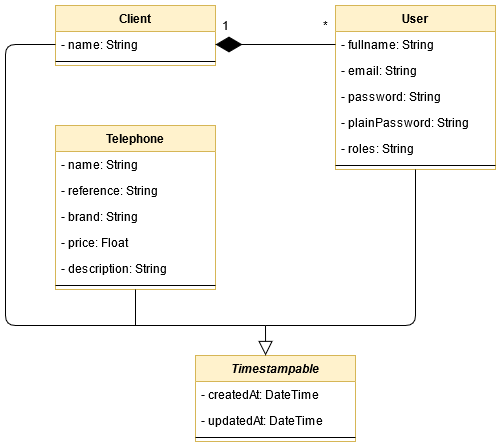
Eredost/BileMo keeps this draw.io diagram as diagrams/Class.png. Above is the earlier version. Source tidied: cells renumbered, new cells last; positions are measured from the earlier drawing's top-left corner, leaving out a move shared by most shapes.
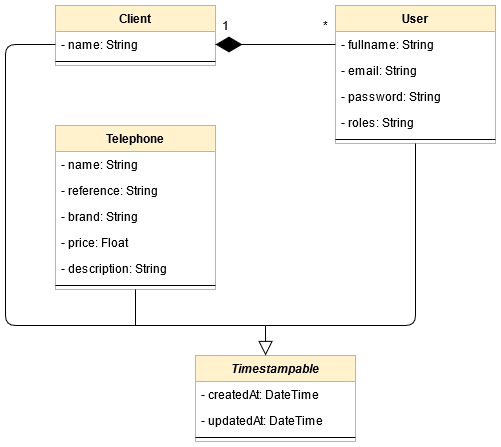
After the change.

Diff of the diagram source:
```diff
@@ -12,7 +12,7 @@
       <mxGeometry y="52" width="160" height="8" as="geometry" />
     </mxCell>
     <mxCell id="5" value="User" style="swimlane;fontStyle=1;align=center;verticalAlign=top;horizontal=1;startSize=26;fillColor=#fff2cc;strokeColor=#d6b656;" parent="1" vertex="1">
-      <mxGeometry x="330" width="160" height="164" as="geometry" />
+      <mxGeometry x="330" width="160" height="138" as="geometry" />
     </mxCell>
     <mxCell id="6" value="- fullname: String" style="text;strokeColor=none;fillColor=none;align=left;verticalAlign=top;spacingLeft=4;spacingRight=4;overflow=hidden;points=[[0,0.5],[1,0.5]];portConstraint=eastwest;" parent="5" vertex="1">
       <mxGeometry y="26" width="160" height="26" as="geometry" />
@@ -23,14 +23,11 @@
     <mxCell id="8" value="- password: String" style="text;strokeColor=none;fillColor=none;align=left;verticalAlign=top;spacingLeft=4;spacingRight=4;overflow=hidden;" parent="5" vertex="1">
       <mxGeometry y="78" width="160" height="26" as="geometry" />
     </mxCell>
-    <mxCell id="9" value="- plainPassword: String" style="text;strokeColor=none;fillColor=none;align=left;verticalAlign=top;spacingLeft=4;spacingRight=4;overflow=hidden;" parent="5" vertex="1">
-      <mxGeometry y="104" width="160" height="26" as="geometry" />
-    </mxCell>
     <mxCell id="10" value="- roles: String" style="text;strokeColor=none;fillColor=none;align=left;verticalAlign=top;spacingLeft=4;spacingRight=4;overflow=hidden;" parent="5" vertex="1">
-      <mxGeometry y="130" width="160" height="26" as="geometry" />
+      <mxGeometry y="104" width="160" height="26" as="geometry" />
     </mxCell>
     <mxCell id="11" style="line;strokeWidth=1;fillColor=none;align=left;verticalAlign=middle;spacingTop=-1;spacingLeft=3;spacingRight=3;labelPosition=right;" parent="5" vertex="1">
-      <mxGeometry y="156" width="160" height="8" as="geometry" />
+      <mxGeometry y="130" width="160" height="8" as="geometry" />
     </mxCell>
     <mxCell id="12" value="Telephone" style="swimlane;fontStyle=1;align=center;verticalAlign=top;horizontal=1;startSize=26;fillColor=#fff2cc;strokeColor=#d6b656;" parent="1" vertex="1">
       <mxGeometry x="50" y="120" width="160" height="164" as="geometry" />
```
